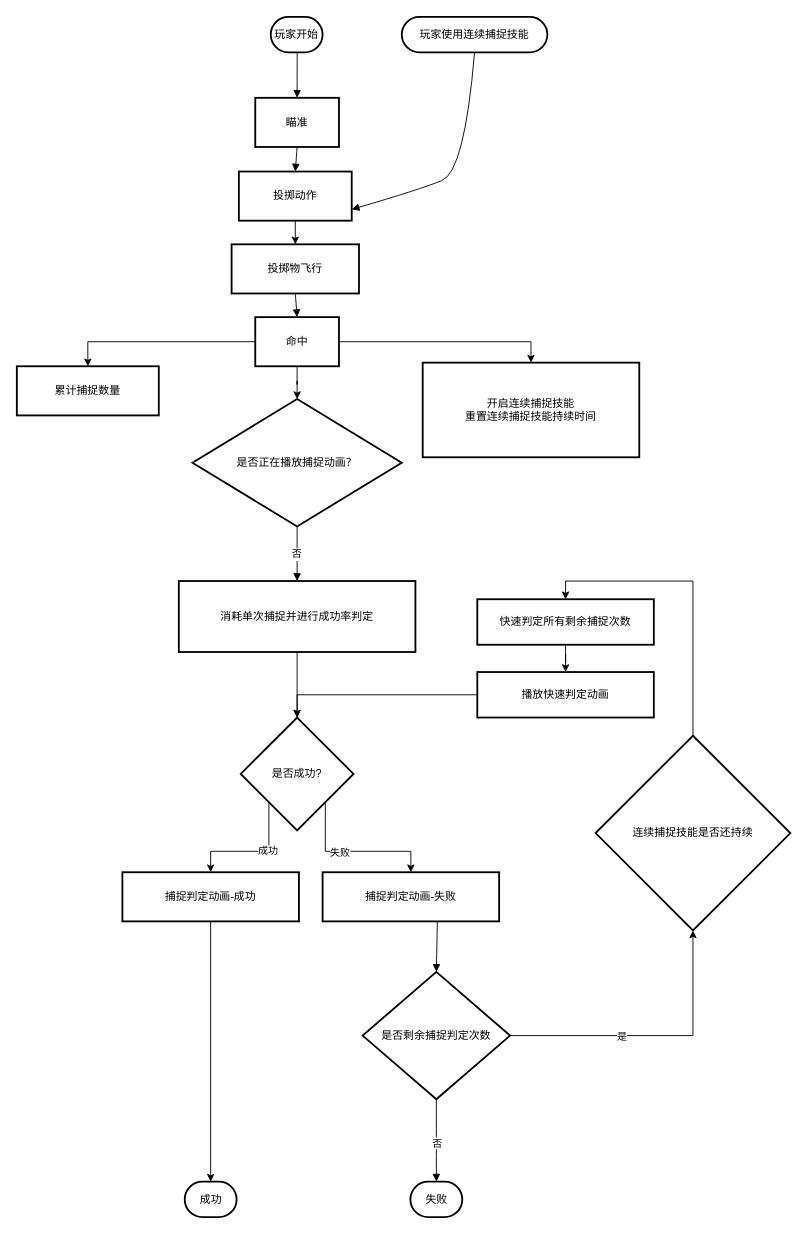
Above: PGamePetCaptureFlow.drawio in tcmxx/TCMXXDrawIO (draw.io), before the change. Source tidied: cells renumbered, new cells numbered last; positions are measured from the earlier drawing's top-left corner, leaving out a move shared by most shapes. Both pictures are drawn from the tidied source at 91%, with x=0, y=0 at pixel (16, 16).
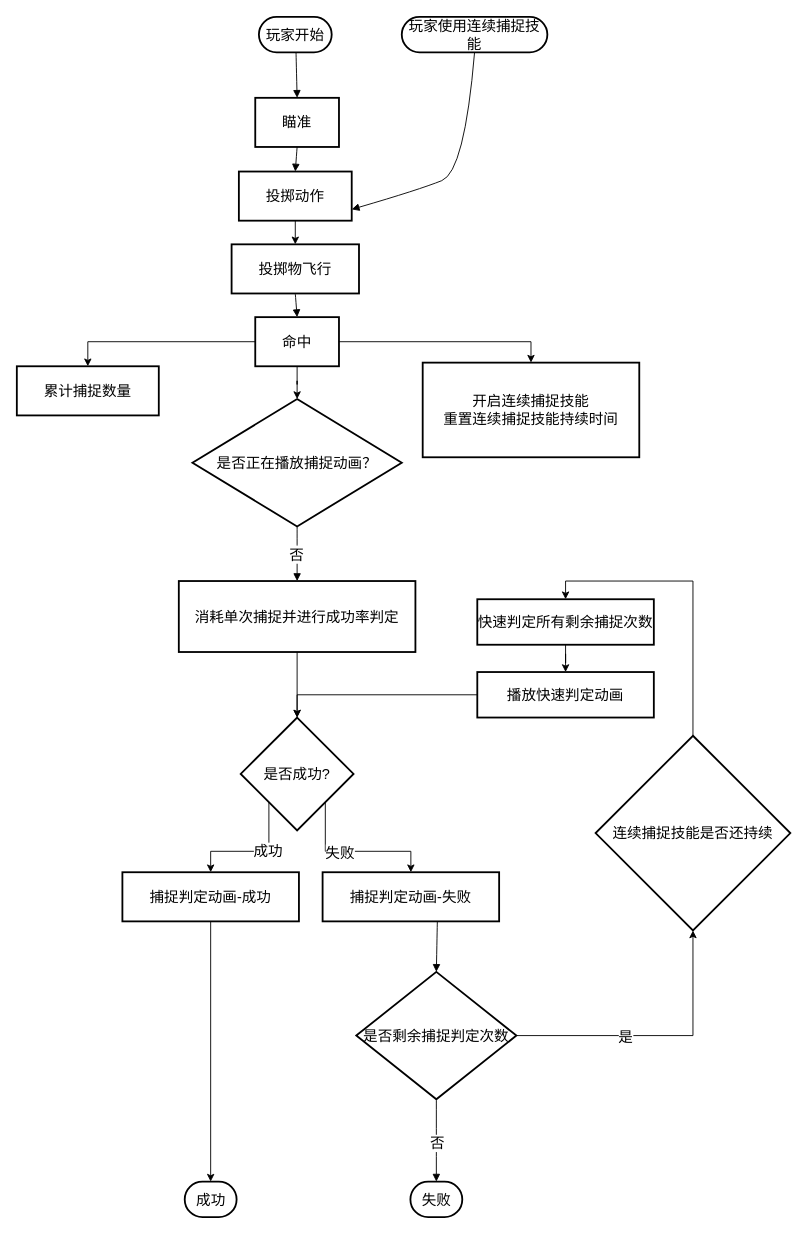
After the change.

What changed in the source:
```diff
@@
-    <mxCell id="2" value="玩家开始" style="rounded=1;whiteSpace=wrap;arcSize=50;strokeWidth=2;" parent="1" vertex="1">
-      <mxGeometry x="279" width="57" height="39" as="geometry" />
+    <mxCell id="2" value="玩家开始" style="rounded=1;whiteSpace=wrap;arcSize=50;strokeWidth=2;fontSize=16;" parent="1" vertex="1">
+      <mxGeometry x="266" width="80" height="39" as="geometry" />
     </mxCell>
-    <mxCell id="3" value="瞄准" style="whiteSpace=wrap;strokeWidth=2;" parent="1" vertex="1">
+    <mxCell id="3" value="瞄准" style="whiteSpace=wrap;strokeWidth=2;fontSize=16;" parent="1" vertex="1">
       <mxGeometry x="262" y="89" width="92" height="54" as="geometry" />
     </mxCell>
-    <mxCell id="4" style="edgeStyle=orthogonalEdgeStyle;rounded=0;jettySize=auto;html=1;exitX=0.5;exitY=1;exitDx=0;exitDy=0;entryX=0.5;entryY=0;entryDx=0;entryDy=0;" parent="1" edge="1" source="5" target="6">
+    <mxCell id="4" style="edgeStyle=orthogonalEdgeStyle;rounded=0;jettySize=auto;html=1;exitX=0.5;exitY=1;exitDx=0;exitDy=0;entryX=0.5;entryY=0;entryDx=0;entryDy=0;fontSize=16;" parent="1" edge="1" source="5" target="6">
       <mxGeometry relative="1" as="geometry" />
     </mxCell>
-    <mxCell id="5" value="投掷动作" style="whiteSpace=wrap;strokeWidth=2;" parent="1" vertex="1">
+    <mxCell id="5" value="投掷动作" style="whiteSpace=wrap;strokeWidth=2;fontSize=16;" parent="1" vertex="1">
       <mxGeometry x="244" y="170" width="124" height="54" as="geometry" />
     </mxCell>
-    <mxCell id="6" value="投掷物飞行" style="whiteSpace=wrap;strokeWidth=2;" parent="1" vertex="1">
+    <mxCell id="6" value="投掷物飞行" style="whiteSpace=wrap;strokeWidth=2;fontSize=16;" parent="1" vertex="1">
       <mxGeometry x="236" y="250" width="140" height="54" as="geometry" />
     </mxCell>
-    <mxCell id="7" value="捕捉判定动画-失败" style="whiteSpace=wrap;strokeWidth=2;" parent="1" vertex="1">
+    <mxCell id="7" value="捕捉判定动画-失败" style="whiteSpace=wrap;strokeWidth=2;fontSize=16;" parent="1" vertex="1">
       <mxGeometry x="336" y="940" width="194" height="54" as="geometry" />
     </mxCell>
-    <mxCell id="8" value="成功" style="rounded=1;whiteSpace=wrap;arcSize=50;strokeWidth=2;" parent="1" vertex="1">
+    <mxCell id="8" value="成功" style="rounded=1;whiteSpace=wrap;arcSize=50;strokeWidth=2;fontSize=16;" parent="1" vertex="1">
       <mxGeometry x="184.5" y="1280" width="57" height="39" as="geometry" />
     </mxCell>
-    <mxCell id="9" style="edgeStyle=orthogonalEdgeStyle;rounded=0;jettySize=auto;html=1;exitX=1;exitY=0.5;exitDx=0;exitDy=0;entryX=0.5;entryY=1;entryDx=0;entryDy=0;" parent="1" edge="1" source="11" target="37">
+    <mxCell id="9" style="edgeStyle=orthogonalEdgeStyle;rounded=0;jettySize=auto;html=1;exitX=1;exitY=0.5;exitDx=0;exitDy=0;entryX=0.5;entryY=1;entryDx=0;entryDy=0;fontSize=16;" parent="1" edge="1" source="11" target="37">
       <mxGeometry relative="1" as="geometry" />
     </mxCell>
-    <mxCell id="10" value="是" style="edgeLabel;html=1;align=center;verticalAlign=middle;" parent="9" vertex="1">
+    <mxCell id="10" value="是" style="edgeLabel;html=1;align=center;verticalAlign=middle;fontSize=16;" parent="9" vertex="1">
       <mxGeometry x="-0.23" y="-1" relative="1" as="geometry" />
     </mxCell>
-    <mxCell id="11" value="是否剩余捕捉判定次数" style="rhombus;strokeWidth=2;whiteSpace=wrap;" parent="1" vertex="1">
-      <mxGeometry x="380" y="1049.5" width="162" height="140" as="geometry" />
+    <mxCell id="11" value="是否剩余捕捉判定次数" style="rhombus;strokeWidth=2;whiteSpace=wrap;fontSize=16;" parent="1" vertex="1">
+      <mxGeometry x="373" y="1049.5" width="176" height="140" as="geometry" />
     </mxCell>
-    <mxCell id="12" style="edgeStyle=orthogonalEdgeStyle;rounded=0;jettySize=auto;html=1;exitX=1;exitY=1;exitDx=0;exitDy=0;entryX=0.5;entryY=0;entryDx=0;entryDy=0;" parent="1" edge="1" source="16" target="7">
+    <mxCell id="12" style="edgeStyle=orthogonalEdgeStyle;rounded=0;jettySize=auto;html=1;exitX=1;exitY=1;exitDx=0;exitDy=0;entryX=0.5;entryY=0;entryDx=0;entryDy=0;fontSize=16;" parent="1" edge="1" source="16" target="7">
       <mxGeometry relative="1" as="geometry" />
     </mxCell>
-    <mxCell id="13" value="失败" style="edgeLabel;html=1;align=center;verticalAlign=middle;" parent="12" vertex="1">
+    <mxCell id="13" value="失败" style="edgeLabel;html=1;align=center;verticalAlign=middle;fontSize=16;" parent="12" vertex="1">
       <mxGeometry x="-0.19" y="-1" relative="1" as="geometry" />
     </mxCell>
-    <mxCell id="14" style="edgeStyle=orthogonalEdgeStyle;rounded=0;jettySize=auto;html=1;exitX=0;exitY=1;exitDx=0;exitDy=0;entryX=0.5;entryY=0;entryDx=0;entryDy=0;" parent="1" edge="1" source="16" target="18">
+    <mxCell id="14" style="edgeStyle=orthogonalEdgeStyle;rounded=0;jettySize=auto;html=1;exitX=0;exitY=1;exitDx=0;exitDy=0;entryX=0.5;entryY=0;entryDx=0;entryDy=0;fontSize=16;" parent="1" edge="1" source="16" target="18">
       <mxGeometry relative="1" as="geometry" />
     </mxCell>
-    <mxCell id="15" value="成功" style="edgeLabel;html=1;align=center;verticalAlign=middle;" parent="14" vertex="1">
+    <mxCell id="15" value="成功" style="edgeLabel;html=1;align=center;verticalAlign=middle;fontSize=16;" parent="14" vertex="1">
       <mxGeometry x="-0.2" y="-1" relative="1" as="geometry" />
     </mxCell>
-    <mxCell id="16" value="是否成功?" style="rhombus;strokeWidth=2;whiteSpace=wrap;" parent="1" vertex="1">
+    <mxCell id="16" value="是否成功?" style="rhombus;strokeWidth=2;whiteSpace=wrap;fontSize=16;" parent="1" vertex="1">
       <mxGeometry x="246" y="770" width="124" height="124" as="geometry" />
     </mxCell>
-    <mxCell id="17" style="edgeStyle=orthogonalEdgeStyle;rounded=0;jettySize=auto;html=1;entryX=0.5;entryY=0;entryDx=0;entryDy=0;" parent="1" edge="1" source="18" target="8">
+    <mxCell id="17" style="edgeStyle=orthogonalEdgeStyle;rounded=0;jettySize=auto;html=1;entryX=0.5;entryY=0;entryDx=0;entryDy=0;fontSize=16;" parent="1" edge="1" source="18" target="8">
       <mxGeometry relative="1" as="geometry" />
     </mxCell>
-    <mxCell id="18" value="捕捉判定动画-成功" style="whiteSpace=wrap;strokeWidth=2;" parent="1" vertex="1">
+    <mxCell id="18" value="捕捉判定动画-成功" style="whiteSpace=wrap;strokeWidth=2;fontSize=16;" parent="1" vertex="1">
       <mxGeometry x="116" y="940" width="194" height="54" as="geometry" />
     </mxCell>
-    <mxCell id="19" style="edgeStyle=orthogonalEdgeStyle;rounded=0;jettySize=auto;html=1;exitX=1;exitY=0.5;exitDx=0;exitDy=0;entryX=0.5;entryY=0;entryDx=0;entryDy=0;" parent="1" edge="1" source="22" target="25">
+    <mxCell id="19" style="edgeStyle=orthogonalEdgeStyle;rounded=0;jettySize=auto;html=1;exitX=1;exitY=0.5;exitDx=0;exitDy=0;entryX=0.5;entryY=0;entryDx=0;entryDy=0;fontSize=16;" parent="1" edge="1" source="22" target="25">
       <mxGeometry relative="1" as="geometry" />
     </mxCell>
-    <mxCell id="20" style="edgeStyle=orthogonalEdgeStyle;rounded=0;jettySize=auto;html=1;exitX=0;exitY=0.5;exitDx=0;exitDy=0;entryX=0.5;entryY=0;entryDx=0;entryDy=0;" parent="1" edge="1" source="22" target="23">
+    <mxCell id="20" style="edgeStyle=orthogonalEdgeStyle;rounded=0;jettySize=auto;html=1;exitX=0;exitY=0.5;exitDx=0;exitDy=0;entryX=0.5;entryY=0;entryDx=0;entryDy=0;fontSize=16;" parent="1" edge="1" source="22" target="23">
       <mxGeometry relative="1" as="geometry" />
     </mxCell>
-    <mxCell id="21" style="edgeStyle=orthogonalEdgeStyle;rounded=0;jettySize=auto;html=1;entryX=0.5;entryY=0;entryDx=0;entryDy=0;" parent="1" edge="1" source="22" target="24">
+    <mxCell id="21" style="edgeStyle=orthogonalEdgeStyle;rounded=0;jettySize=auto;html=1;entryX=0.5;entryY=0;entryDx=0;entryDy=0;fontSize=16;" parent="1" edge="1" source="22" target="24">
       <mxGeometry relative="1" as="geometry" />
     </mxCell>
-    <mxCell id="22" value="命中" style="whiteSpace=wrap;strokeWidth=2;" parent="1" vertex="1">
+    <mxCell id="22" value="命中" style="whiteSpace=wrap;strokeWidth=2;fontSize=16;" parent="1" vertex="1">
       <mxGeometry x="262" y="330" width="92" height="54" as="geometry" />
     </mxCell>
-    <mxCell id="23" value="累计捕捉数量" style="whiteSpace=wrap;strokeWidth=2;" parent="1" vertex="1">
+    <mxCell id="23" value="累计捕捉数量" style="whiteSpace=wrap;strokeWidth=2;fontSize=16;" parent="1" vertex="1">
       <mxGeometry y="384" width="156" height="54" as="geometry" />
     </mxCell>
-    <mxCell id="24" value="是否正在播放捕捉动画？" style="rhombus;strokeWidth=2;whiteSpace=wrap;" parent="1" vertex="1">
+    <mxCell id="24" value="是否正在播放捕捉动画？" style="rhombus;strokeWidth=2;whiteSpace=wrap;fontSize=16;" parent="1" vertex="1">
       <mxGeometry x="193" y="420" width="230" height="140" as="geometry" />
     </mxCell>
-    <mxCell id="25" value="开启连续捕捉技能&#10;重置连续捕捉技能持续时间" style="whiteSpace=wrap;strokeWidth=2;" parent="1" vertex="1">
+    <mxCell id="25" value="开启连续捕捉技能&#10;重置连续捕捉技能持续时间" style="whiteSpace=wrap;strokeWidth=2;fontSize=16;" parent="1" vertex="1">
       <mxGeometry x="446" y="380" width="238" height="104" as="geometry" />
     </mxCell>
-    <mxCell id="26" style="edgeStyle=orthogonalEdgeStyle;rounded=0;jettySize=auto;html=1;entryX=0.5;entryY=0;entryDx=0;entryDy=0;" parent="1" edge="1" source="27" target="16">
+    <mxCell id="26" style="edgeStyle=orthogonalEdgeStyle;rounded=0;jettySize=auto;html=1;entryX=0.5;entryY=0;entryDx=0;entryDy=0;fontSize=16;" parent="1" edge="1" source="27" target="16">
       <mxGeometry relative="1" as="geometry" />
     </mxCell>
-    <mxCell id="27" value="消耗单次捕捉并进行成功率判定" style="whiteSpace=wrap;strokeWidth=2;" parent="1" vertex="1">
+    <mxCell id="27" value="消耗单次捕捉并进行成功率判定" style="whiteSpace=wrap;strokeWidth=2;fontSize=16;" parent="1" vertex="1">
       <mxGeometry x="178" y="620" width="260" height="78" as="geometry" />
     </mxCell>
-    <mxCell id="28" style="curved=1;startArrow=none;endArrow=block;exitX=0.51;exitY=1;entryX=0.5;entryY=0;rounded=0;" parent="1" edge="1" source="2" target="3">
+    <mxCell id="28" style="curved=1;startArrow=none;endArrow=block;exitX=0.51;exitY=1;entryX=0.5;entryY=0;rounded=0;fontSize=16;" parent="1" edge="1" source="2" target="3">
       <mxGeometry relative="1" as="geometry" />
     </mxCell>
-    <mxCell id="29" style="curved=1;startArrow=none;endArrow=block;exitX=0.5;exitY=1;entryX=0.5;entryY=0;rounded=0;" parent="1" edge="1" source="3" target="5">
+    <mxCell id="29" style="curved=1;startArrow=none;endArrow=block;exitX=0.5;exitY=1;entryX=0.5;entryY=0;rounded=0;fontSize=16;" parent="1" edge="1" source="3" target="5">
       <mxGeometry relative="1" as="geometry" />
     </mxCell>
-    <mxCell id="30" style="curved=1;startArrow=none;endArrow=block;exitX=0.65;exitY=1;entryX=0.5;entryY=0;rounded=0;entryDx=0;entryDy=0;" parent="1" edge="1" source="7" target="11">
+    <mxCell id="30" style="curved=1;startArrow=none;endArrow=block;exitX=0.65;exitY=1;entryX=0.5;entryY=0;rounded=0;entryDx=0;entryDy=0;fontSize=16;" parent="1" edge="1" source="7" target="11">
       <mxGeometry relative="1" as="geometry" />
     </mxCell>
-    <mxCell id="31" style="curved=1;startArrow=none;endArrow=block;exitX=0.5;exitY=1;entryX=0.5;entryY=0;rounded=0;" parent="1" edge="1" source="6" target="22">
+    <mxCell id="31" style="curved=1;startArrow=none;endArrow=block;exitX=0.5;exitY=1;entryX=0.5;entryY=0;rounded=0;fontSize=16;" parent="1" edge="1" source="6" target="22">
       <mxGeometry relative="1" as="geometry" />
     </mxCell>
-    <mxCell id="32" style="curved=1;startArrow=none;endArrow=block;exitX=0.5;exitY=1;entryX=1;entryY=0.77;rounded=0;exitDx=0;exitDy=0;" parent="1" edge="1" source="36" target="5">
+    <mxCell id="32" style="curved=1;startArrow=none;endArrow=block;exitX=0.5;exitY=1;entryX=1;entryY=0.77;rounded=0;exitDx=0;exitDy=0;fontSize=16;" parent="1" edge="1" source="36" target="5">
       <mxGeometry relative="1" as="geometry">
         <Array as="points">
           <mxPoint x="492" y="170" />
           <mxPoint x="442" y="190" />
         </Array>
       </mxGeometry>
     </mxCell>
-    <mxCell id="33" value="否" style="curved=1;startArrow=none;endArrow=block;exitX=0.5;exitY=1;entryX=0.5;entryY=0;rounded=0;" parent="1" edge="1" source="24" target="27">
+    <mxCell id="33" value="否" style="curved=1;startArrow=none;endArrow=block;exitX=0.5;exitY=1;entryX=0.5;entryY=0;rounded=0;fontSize=16;" parent="1" edge="1" source="24" target="27">
       <mxGeometry relative="1" as="geometry" />
     </mxCell>
-    <mxCell id="34" style="curved=1;startArrow=none;endArrow=block;exitX=0.5;exitY=1;rounded=0;exitDx=0;exitDy=0;entryX=0.5;entryY=0;entryDx=0;entryDy=0;" parent="1" edge="1" source="11" target="43">
+    <mxCell id="34" style="curved=1;startArrow=none;endArrow=block;exitX=0.5;exitY=1;rounded=0;exitDx=0;exitDy=0;entryX=0.5;entryY=0;entryDx=0;entryDy=0;fontSize=16;" parent="1" edge="1" source="11" target="43">
       <mxGeometry relative="1" as="geometry" />
     </mxCell>
-    <mxCell id="35" value="否" style="edgeLabel;html=1;align=center;verticalAlign=middle;" parent="34" vertex="1">
+    <mxCell id="35" value="否" style="edgeLabel;html=1;align=center;verticalAlign=middle;fontSize=16;" parent="34" vertex="1">
       <mxGeometry x="0.07" relative="1" as="geometry" />
     </mxCell>
-    <mxCell id="36" value="玩家使用连续捕捉技能" style="rounded=1;whiteSpace=wrap;arcSize=50;strokeWidth=2;" parent="1" vertex="1">
+    <mxCell id="36" value="玩家使用连续捕捉技能" style="rounded=1;whiteSpace=wrap;arcSize=50;strokeWidth=2;fontSize=16;" parent="1" vertex="1">
       <mxGeometry x="423" width="160" height="39" as="geometry" />
     </mxCell>
-    <mxCell id="37" value="连续捕捉技能是否还持续" style="rhombus;strokeWidth=2;whiteSpace=wrap;" parent="1" vertex="1">
+    <mxCell id="37" value="连续捕捉技能是否还持续" style="rhombus;strokeWidth=2;whiteSpace=wrap;fontSize=16;" parent="1" vertex="1">
       <mxGeometry x="636" y="790" width="214" height="214" as="geometry" />
     </mxCell>
-    <mxCell id="38" style="edgeStyle=orthogonalEdgeStyle;rounded=0;jettySize=auto;html=1;entryX=0.5;entryY=0;entryDx=0;entryDy=0;" parent="1" edge="1" source="39" target="41">
+    <mxCell id="38" style="edgeStyle=orthogonalEdgeStyle;rounded=0;jettySize=auto;html=1;entryX=0.5;entryY=0;entryDx=0;entryDy=0;fontSize=16;" parent="1" edge="1" source="39" target="41">
       <mxGeometry relative="1" as="geometry" />
     </mxCell>
-    <mxCell id="39" value="快速判定所有剩余捕捉次数" style="whiteSpace=wrap;strokeWidth=2;" parent="1" vertex="1">
+    <mxCell id="39" value="快速判定所有剩余捕捉次数" style="whiteSpace=wrap;strokeWidth=2;fontSize=16;" parent="1" vertex="1">
       <mxGeometry x="506" y="640" width="194" height="50" as="geometry" />
     </mxCell>
-    <mxCell id="40" style="edgeStyle=orthogonalEdgeStyle;rounded=0;jettySize=auto;html=1;entryX=0.5;entryY=0;entryDx=0;entryDy=0;" parent="1" edge="1" source="41" target="16">
+    <mxCell id="40" style="edgeStyle=orthogonalEdgeStyle;rounded=0;jettySize=auto;html=1;entryX=0.5;entryY=0;entryDx=0;entryDy=0;fontSize=16;" parent="1" edge="1" source="41" target="16">
       <mxGeometry relative="1" as="geometry" />
     </mxCell>
-    <mxCell id="41" value="播放快速判定动画" style="whiteSpace=wrap;strokeWidth=2;" parent="1" vertex="1">
+    <mxCell id="41" value="播放快速判定动画" style="whiteSpace=wrap;strokeWidth=2;fontSize=16;" parent="1" vertex="1">
       <mxGeometry x="506" y="720" width="194" height="50" as="geometry" />
     </mxCell>
-    <mxCell id="42" style="edgeStyle=orthogonalEdgeStyle;rounded=0;jettySize=auto;html=1;entryX=0.5;entryY=0;entryDx=0;entryDy=0;" parent="1" edge="1" source="37" target="39">
+    <mxCell id="42" style="edgeStyle=orthogonalEdgeStyle;rounded=0;jettySize=auto;html=1;entryX=0.5;entryY=0;entryDx=0;entryDy=0;fontSize=16;" parent="1" edge="1" source="37" target="39">
       <mxGeometry relative="1" as="geometry" />
     </mxCell>
-    <mxCell id="43" value="失败" style="rounded=1;whiteSpace=wrap;arcSize=50;strokeWidth=2;" parent="1" vertex="1">
+    <mxCell id="43" value="失败" style="rounded=1;whiteSpace=wrap;arcSize=50;strokeWidth=2;fontSize=16;" parent="1" vertex="1">
       <mxGeometry x="432.5" y="1280" width="57" height="39" as="geometry" />
     </mxCell>
```
